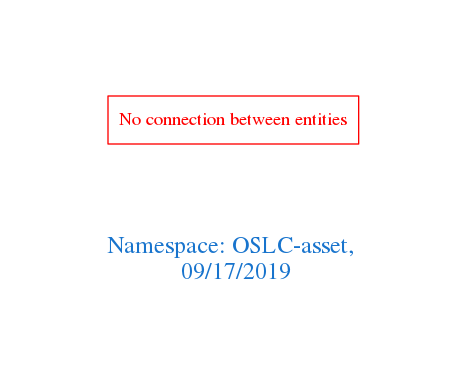
arago/OGIT keeps this Graphviz diagram as downloads/OSLC-asset.png. Above is the earlier version. Its source is kept beside it as downloads/OSLC-asset.dot.
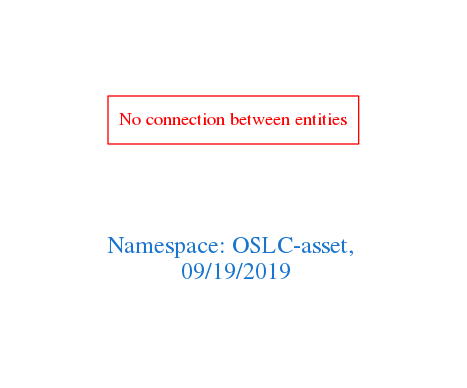
Above is the later version.

What changed in the source:
```diff
@@ -1,7 +1,7 @@
 digraph OGIT_ontology {
  graph [ rankdir= LR,pad=1
 fontsize = 18,
-fontcolor= dodgerblue3,label = "\n\n\nNamespace: OSLC-asset, \n 09/17/2019"];
+fontcolor= dodgerblue3,label = "\n\n\nNamespace: OSLC-asset, \n 09/19/2019"];
 node[shape=polygon];
 edge [  color="gray81"];
 
```
